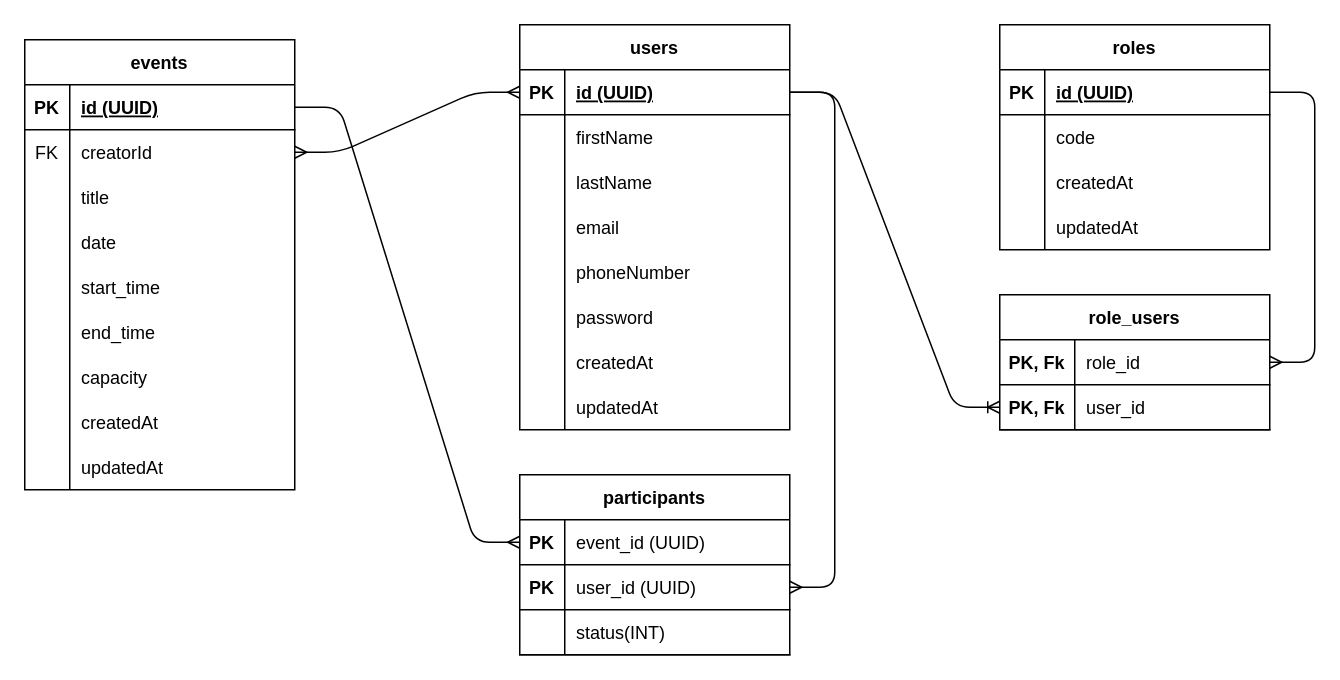
Before: database.schema.dio in Grendior/PerfectApi, a draw.io diagram. Source tidied: cells renumbered, new cells numbered last; positions are measured from the earlier drawing's top-left corner, leaving out a move shared by most shapes. Both pictures are drawn from the tidied source at 150%, with x=0, y=0 at pixel (24, 24).
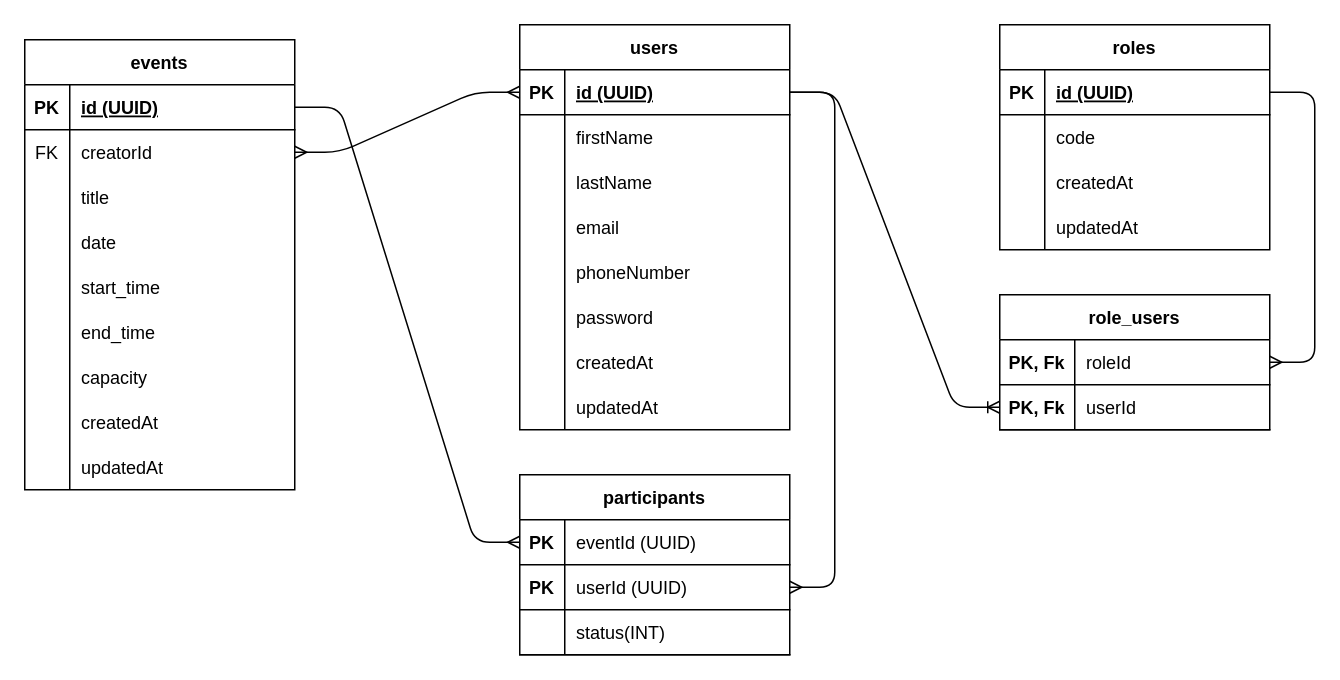
The same diagram, later.

The change refers to these unchanged cells:
```xml
<mxCell id="69" style="shape=tableRow;horizontal=0;startSize=0;swimlaneHead=0;swimlaneBody=0;fillColor=none;points=[[0,0.5],[1,0.5]];portConstraint=eastwest;top=0;left=0;right=0;bottom=1;" parent="68" vertex="1">
  <mxGeometry y="30" width="180" height="30" as="geometry" />
</mxCell>
<mxCell id="72" style="shape=tableRow;horizontal=0;startSize=0;swimlaneHead=0;swimlaneBody=0;fillColor=none;points=[[0,0.5],[1,0.5]];portConstraint=eastwest;top=0;left=0;right=0;bottom=1;" parent="68" vertex="1">
  <mxGeometry y="60" width="180" height="30" as="geometry" />
</mxCell>
<mxCell id="79" style="shape=tableRow;horizontal=0;startSize=0;swimlaneHead=0;swimlaneBody=0;fillColor=none;points=[[0,0.5],[1,0.5]];portConstraint=eastwest;top=0;left=0;right=0;bottom=1;" parent="78" vertex="1">
  <mxGeometry y="30" width="180" height="30" as="geometry" />
</mxCell>
<mxCell id="82" style="shape=tableRow;horizontal=0;startSize=0;swimlaneHead=0;swimlaneBody=0;fillColor=none;points=[[0,0.5],[1,0.5]];portConstraint=eastwest;top=0;left=0;right=0;bottom=1;" parent="78" vertex="1">
  <mxGeometry y="60" width="180" height="30" as="geometry" />
</mxCell>
```

What changed in the source:
```diff
@@
-    <mxCell id="71" value="role_id" style="shape=partialRectangle;fillColor=none;top=0;left=0;bottom=0;right=0;align=left;spacingLeft=6;fontStyle=0;overflow=hidden;" parent="69" vertex="1">
+    <mxCell id="71" value="roleId" style="shape=partialRectangle;fillColor=none;top=0;left=0;bottom=0;right=0;align=left;spacingLeft=6;fontStyle=0;overflow=hidden;" parent="69" vertex="1">
       <mxGeometry x="50" width="130" height="30" as="geometry" />
     </mxCell>
@@
-    <mxCell id="74" value="user_id" style="shape=partialRectangle;fillColor=none;top=0;left=0;bottom=0;right=0;align=left;spacingLeft=6;fontStyle=0;overflow=hidden;" parent="72" vertex="1">
+    <mxCell id="74" value="userId" style="shape=partialRectangle;fillColor=none;top=0;left=0;bottom=0;right=0;align=left;spacingLeft=6;fontStyle=0;overflow=hidden;" parent="72" vertex="1">
       <mxGeometry x="50" width="130" height="30" as="geometry" />
     </mxCell>
@@
-    <mxCell id="81" value="event_id (UUID)" style="shape=partialRectangle;fillColor=none;top=0;left=0;bottom=0;right=0;align=left;spacingLeft=6;fontStyle=0;overflow=hidden;" parent="79" vertex="1">
+    <mxCell id="81" value="eventId (UUID)" style="shape=partialRectangle;fillColor=none;top=0;left=0;bottom=0;right=0;align=left;spacingLeft=6;fontStyle=0;overflow=hidden;" parent="79" vertex="1">
       <mxGeometry x="30" width="150" height="30" as="geometry" />
     </mxCell>
@@
-    <mxCell id="84" value="user_id (UUID)" style="shape=partialRectangle;fillColor=none;top=0;left=0;bottom=0;right=0;align=left;spacingLeft=6;fontStyle=0;overflow=hidden;" parent="82" vertex="1">
+    <mxCell id="84" value="userId (UUID)" style="shape=partialRectangle;fillColor=none;top=0;left=0;bottom=0;right=0;align=left;spacingLeft=6;fontStyle=0;overflow=hidden;" parent="82" vertex="1">
       <mxGeometry x="30" width="150" height="30" as="geometry" />
     </mxCell>
```
